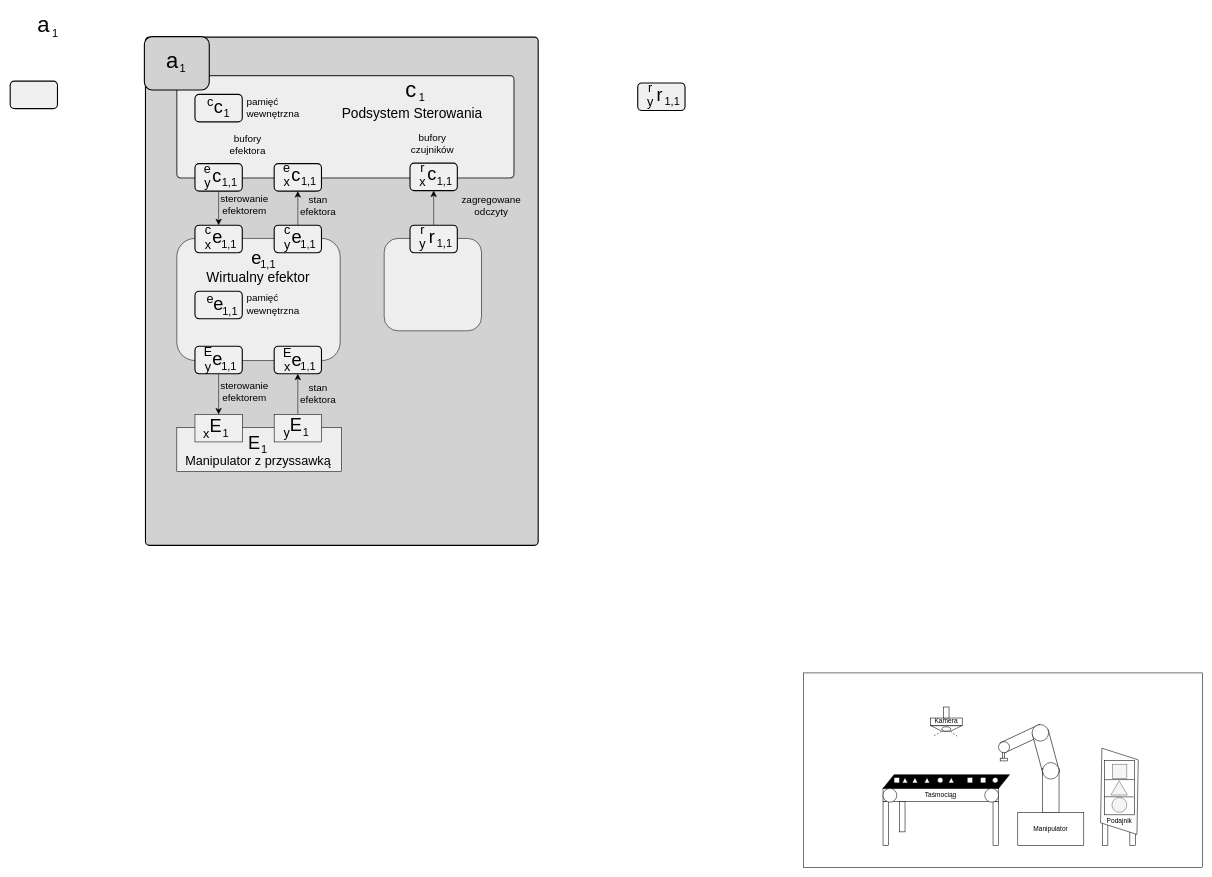
kbieniekpw/drawio_projects keeps this draw.io diagram as isr.drawio. Above is the earlier version. Source tidied: cells renumbered, new cells numbered last; positions are measured from the earlier drawing's top-left corner, leaving out a move shared by most shapes. Both pictures are drawn from the tidied source at 55%, with x=0, y=0 at pixel (10, 9).
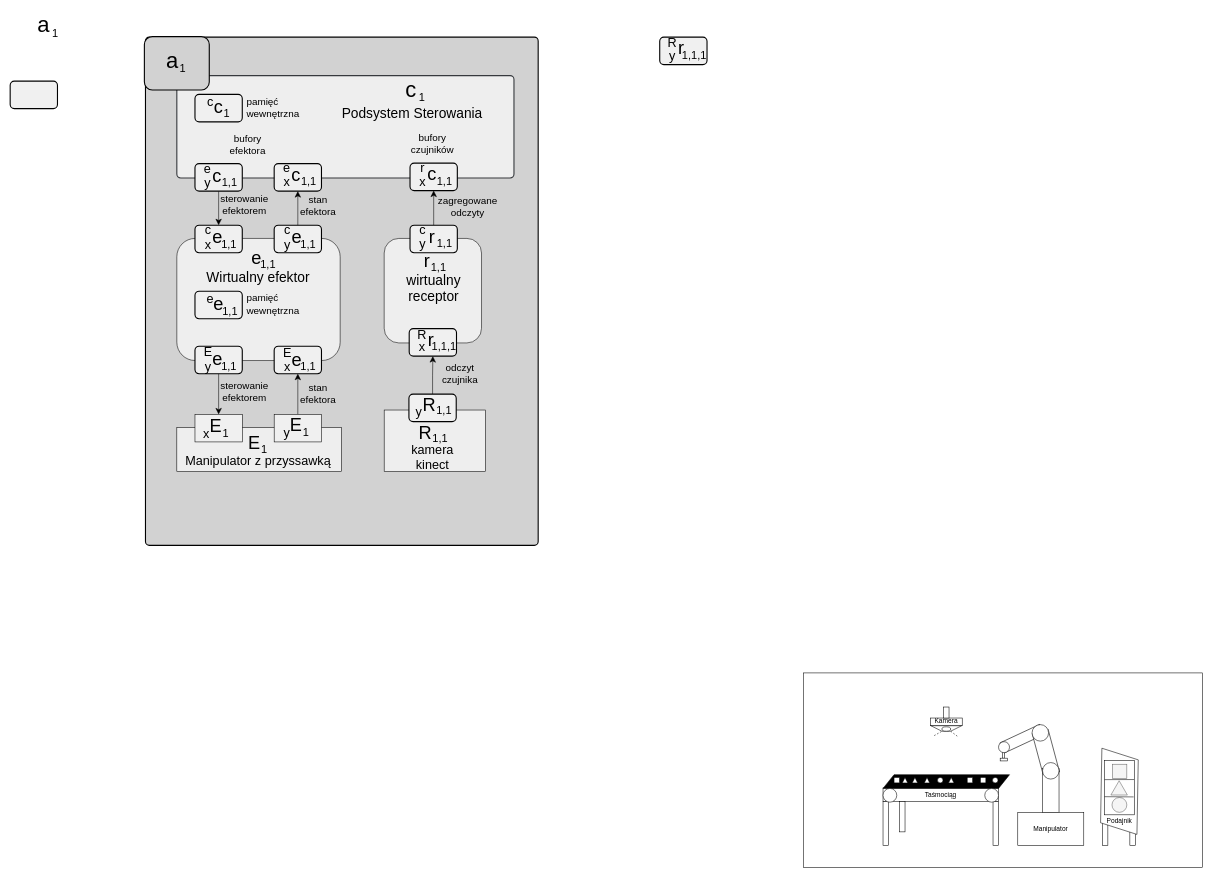
Above is the later version.

Change to the diagram source:
```diff
@@
-    <mxCell id="129" style="rounded=1;whiteSpace=wrap;html=1;strokeWidth=2;fillColor=#F0F0F0;" parent="1" vertex="1">
-      <mxGeometry x="1141" y="133.5" width="86" height="50" as="geometry" />
-    </mxCell>
-    <mxCell id="130" value="&lt;font style=&quot;font-size: 33px;&quot;&gt;r&lt;/font&gt;" style="text;html=1;strokeColor=none;fillColor=none;align=center;verticalAlign=middle;whiteSpace=wrap;rounded=0;" parent="1" vertex="1">
-      <mxGeometry x="1151" y="138.5" width="60" height="30" as="geometry" />
-    </mxCell>
-    <mxCell id="131" value="&lt;font style=&quot;font-size: 20px;&quot;&gt;1&lt;/font&gt;&lt;font style=&quot;font-size: 20px;&quot;&gt;,1&lt;/font&gt;" style="text;html=1;strokeColor=none;fillColor=none;align=center;verticalAlign=middle;whiteSpace=wrap;rounded=0;" parent="1" vertex="1">
-      <mxGeometry x="1174" y="150.5" width="60" height="30" as="geometry" />
-    </mxCell>
-    <mxCell id="132" value="&lt;font style=&quot;font-size: 23px;&quot;&gt;r&lt;/font&gt;" style="text;html=1;strokeColor=none;fillColor=none;align=center;verticalAlign=middle;whiteSpace=wrap;rounded=0;" parent="1" vertex="1">
-      <mxGeometry x="1134" y="126.5" width="60" height="30" as="geometry" />
-    </mxCell>
-    <mxCell id="133" value="&lt;font style=&quot;font-size: 23px;&quot;&gt;y&lt;/font&gt;" style="text;html=1;strokeColor=none;fillColor=none;align=center;verticalAlign=middle;whiteSpace=wrap;rounded=0;" parent="1" vertex="1">
-      <mxGeometry x="1134" y="152.5" width="60" height="30" as="geometry" />
-    </mxCell>
@@
     <mxCell id="135" value="&lt;div style=&quot;font-size: 18px;&quot;&gt;&lt;font style=&quot;font-size: 18px;&quot;&gt;zagregowane&lt;/font&gt;&lt;/div&gt;&lt;div style=&quot;font-size: 18px;&quot;&gt;&lt;font style=&quot;font-size: 18px;&quot;&gt;odczyty&lt;/font&gt;&lt;br&gt;&lt;/div&gt;" style="text;html=1;strokeColor=none;fillColor=none;align=center;verticalAlign=middle;whiteSpace=wrap;rounded=0;" parent="1" vertex="1">
-      <mxGeometry x="845" y="342" width="60" height="30" as="geometry" />
+      <mxGeometry x="802" y="344" width="60" height="30" as="geometry" />
     </mxCell>
     <mxCell id="136" style="rounded=1;whiteSpace=wrap;html=1;fillColor=#EEEEEE;" parent="1" vertex="1">
-      <mxGeometry x="680" y="416" width="177" height="168" as="geometry" />
+      <mxGeometry x="680" y="416" width="177" height="190" as="geometry" />
     </mxCell>
@@
-    <mxCell id="140" value="&lt;font style=&quot;font-size: 23px;&quot;&gt;r&lt;/font&gt;" style="text;html=1;strokeColor=none;fillColor=none;align=center;verticalAlign=middle;whiteSpace=wrap;rounded=0;" parent="1" vertex="1">
+    <mxCell id="140" value="&lt;font style=&quot;font-size: 23px;&quot;&gt;c&lt;/font&gt;" style="text;html=1;strokeColor=none;fillColor=none;align=center;verticalAlign=middle;whiteSpace=wrap;rounded=0;" parent="1" vertex="1">
       <mxGeometry x="720" y="385" width="60" height="30" as="geometry" />
     </mxCell>
@@
+    <mxCell id="142" value="&lt;font style=&quot;font-size: 25px;&quot;&gt;wirtualny receptor&lt;/font&gt;" style="text;html=1;strokeColor=none;fillColor=none;align=center;verticalAlign=middle;whiteSpace=wrap;rounded=0;" parent="1" vertex="1">
+      <mxGeometry x="740" y="491" width="60" height="30" as="geometry" />
+    </mxCell>
+    <mxCell id="143" value="&lt;font style=&quot;font-size: 33px;&quot;&gt;r&lt;/font&gt;" style="text;html=1;strokeColor=none;fillColor=none;align=center;verticalAlign=middle;whiteSpace=wrap;rounded=0;" parent="1" vertex="1">
+      <mxGeometry x="728" y="441" width="60" height="30" as="geometry" />
+    </mxCell>
+    <mxCell id="144" value="&lt;font style=&quot;font-size: 20px;&quot;&gt;1&lt;/font&gt;&lt;font style=&quot;font-size: 20px;&quot;&gt;,1&lt;/font&gt;" style="text;html=1;strokeColor=none;fillColor=none;align=center;verticalAlign=middle;whiteSpace=wrap;rounded=0;" parent="1" vertex="1">
+      <mxGeometry x="749" y="453" width="60" height="30" as="geometry" />
+    </mxCell>
+    <mxCell id="145" style="rounded=1;whiteSpace=wrap;html=1;strokeWidth=2;fillColor=#F0F0F0;" parent="1" vertex="1">
+      <mxGeometry x="725.5" y="580" width="86" height="50" as="geometry" />
+    </mxCell>
+    <mxCell id="146" value="&lt;font style=&quot;font-size: 33px;&quot;&gt;r&lt;/font&gt;" style="text;html=1;strokeColor=none;fillColor=none;align=center;verticalAlign=middle;whiteSpace=wrap;rounded=0;" parent="1" vertex="1">
+      <mxGeometry x="734.5" y="585" width="60" height="30" as="geometry" />
+    </mxCell>
+    <mxCell id="147" value="&lt;font style=&quot;font-size: 20px;&quot;&gt;1&lt;/font&gt;&lt;font style=&quot;font-size: 20px;&quot;&gt;,1,1&lt;/font&gt;" style="text;html=1;strokeColor=none;fillColor=none;align=center;verticalAlign=middle;whiteSpace=wrap;rounded=0;" parent="1" vertex="1">
+      <mxGeometry x="758.5" y="597" width="60" height="30" as="geometry" />
+    </mxCell>
+    <mxCell id="148" value="&lt;font style=&quot;font-size: 23px;&quot;&gt;R&lt;/font&gt;" style="text;html=1;strokeColor=none;fillColor=none;align=center;verticalAlign=middle;whiteSpace=wrap;rounded=0;" parent="1" vertex="1">
+      <mxGeometry x="718.5" y="576" width="60" height="30" as="geometry" />
+    </mxCell>
+    <mxCell id="149" value="&lt;font style=&quot;font-size: 23px;&quot;&gt;x&lt;/font&gt;" style="text;html=1;strokeColor=none;fillColor=none;align=center;verticalAlign=middle;whiteSpace=wrap;rounded=0;" parent="1" vertex="1">
+      <mxGeometry x="718.5" y="599" width="60" height="30" as="geometry" />
+    </mxCell>
+    <mxCell id="150" style="rounded=1;whiteSpace=wrap;html=1;strokeWidth=2;fillColor=#F0F0F0;" parent="1" vertex="1">
+      <mxGeometry x="1181" y="50" width="86" height="50" as="geometry" />
+    </mxCell>
+    <mxCell id="151" value="&lt;font style=&quot;font-size: 33px;&quot;&gt;r&lt;/font&gt;" style="text;html=1;strokeColor=none;fillColor=none;align=center;verticalAlign=middle;whiteSpace=wrap;rounded=0;" parent="1" vertex="1">
+      <mxGeometry x="1190" y="55" width="60" height="30" as="geometry" />
+    </mxCell>
+    <mxCell id="152" value="&lt;font style=&quot;font-size: 20px;&quot;&gt;1&lt;/font&gt;&lt;font style=&quot;font-size: 20px;&quot;&gt;,1,1&lt;/font&gt;" style="text;html=1;strokeColor=none;fillColor=none;align=center;verticalAlign=middle;whiteSpace=wrap;rounded=0;" parent="1" vertex="1">
+      <mxGeometry x="1214" y="67" width="60" height="30" as="geometry" />
+    </mxCell>
+    <mxCell id="153" value="&lt;font style=&quot;font-size: 23px;&quot;&gt;R&lt;/font&gt;" style="text;html=1;strokeColor=none;fillColor=none;align=center;verticalAlign=middle;whiteSpace=wrap;rounded=0;" parent="1" vertex="1">
+      <mxGeometry x="1174" y="46" width="60" height="30" as="geometry" />
+    </mxCell>
+    <mxCell id="154" value="&lt;font style=&quot;font-size: 23px;&quot;&gt;y&lt;/font&gt;" style="text;html=1;strokeColor=none;fillColor=none;align=center;verticalAlign=middle;whiteSpace=wrap;rounded=0;" parent="1" vertex="1">
+      <mxGeometry x="1174" y="69" width="60" height="30" as="geometry" />
+    </mxCell>
+    <mxCell id="155" style="rounded=0;whiteSpace=wrap;html=1;fillColor=#EEEEEE;" parent="1" vertex="1">
+      <mxGeometry x="680" y="728" width="184" height="112" as="geometry" />
+    </mxCell>
+    <mxCell id="156" style="edgeStyle=orthogonalEdgeStyle;rounded=0;jettySize=auto;html=1;endSize=9;" parent="1" edge="1" source="129" target="145">
+      <mxGeometry relative="1" as="geometry" />
+    </mxCell>
+    <mxCell id="129" style="rounded=1;whiteSpace=wrap;html=1;strokeWidth=2;fillColor=#F0F0F0;" parent="1" vertex="1">
+      <mxGeometry x="725" y="699" width="86" height="50" as="geometry" />
+    </mxCell>
+    <mxCell id="130" value="&lt;font style=&quot;font-size: 33px;&quot;&gt;R&lt;/font&gt;" style="text;html=1;strokeColor=none;fillColor=none;align=center;verticalAlign=middle;whiteSpace=wrap;rounded=0;" parent="1" vertex="1">
+      <mxGeometry x="732" y="703" width="60" height="30" as="geometry" />
+    </mxCell>
+    <mxCell id="131" value="&lt;font style=&quot;font-size: 20px;&quot;&gt;1&lt;/font&gt;&lt;font style=&quot;font-size: 20px;&quot;&gt;,1&lt;/font&gt;" style="text;html=1;strokeColor=none;fillColor=none;align=center;verticalAlign=middle;whiteSpace=wrap;rounded=0;" parent="1" vertex="1">
+      <mxGeometry x="759" y="713" width="60" height="30" as="geometry" />
+    </mxCell>
+    <mxCell id="133" value="&lt;font style=&quot;font-size: 23px;&quot;&gt;y&lt;/font&gt;" style="text;html=1;strokeColor=none;fillColor=none;align=center;verticalAlign=middle;whiteSpace=wrap;rounded=0;" parent="1" vertex="1">
+      <mxGeometry x="713" y="717" width="60" height="30" as="geometry" />
+    </mxCell>
+    <mxCell id="157" value="&lt;div style=&quot;font-size: 18px;&quot;&gt;&lt;font style=&quot;font-size: 18px;&quot;&gt;odczyt&lt;/font&gt;&lt;/div&gt;&lt;div style=&quot;font-size: 18px;&quot;&gt;&lt;font style=&quot;font-size: 18px;&quot;&gt;czujnika&lt;br&gt;&lt;/font&gt;&lt;/div&gt;" style="text;html=1;strokeColor=none;fillColor=none;align=center;verticalAlign=middle;whiteSpace=wrap;rounded=0;" parent="1" vertex="1">
+      <mxGeometry x="788" y="648" width="60" height="30" as="geometry" />
+    </mxCell>
+    <mxCell id="158" value="&lt;font style=&quot;font-size: 33px;&quot;&gt;R&lt;/font&gt;" style="text;html=1;strokeColor=none;fillColor=none;align=center;verticalAlign=middle;whiteSpace=wrap;rounded=0;" parent="1" vertex="1">
+      <mxGeometry x="724.5" y="754" width="60" height="30" as="geometry" />
+    </mxCell>
+    <mxCell id="159" value="&lt;font style=&quot;font-size: 20px;&quot;&gt;1&lt;/font&gt;&lt;font style=&quot;font-size: 20px;&quot;&gt;,1&lt;/font&gt;" style="text;html=1;strokeColor=none;fillColor=none;align=center;verticalAlign=middle;whiteSpace=wrap;rounded=0;" parent="1" vertex="1">
+      <mxGeometry x="751.5" y="764" width="60" height="30" as="geometry" />
+    </mxCell>
+    <mxCell id="160" value="&lt;font style=&quot;font-size: 23px;&quot;&gt;kamera kinect&lt;/font&gt;" style="text;html=1;strokeColor=none;fillColor=none;align=center;verticalAlign=middle;whiteSpace=wrap;rounded=0;" parent="1" vertex="1">
+      <mxGeometry x="738" y="799" width="60" height="30" as="geometry" />
+    </mxCell>
```
